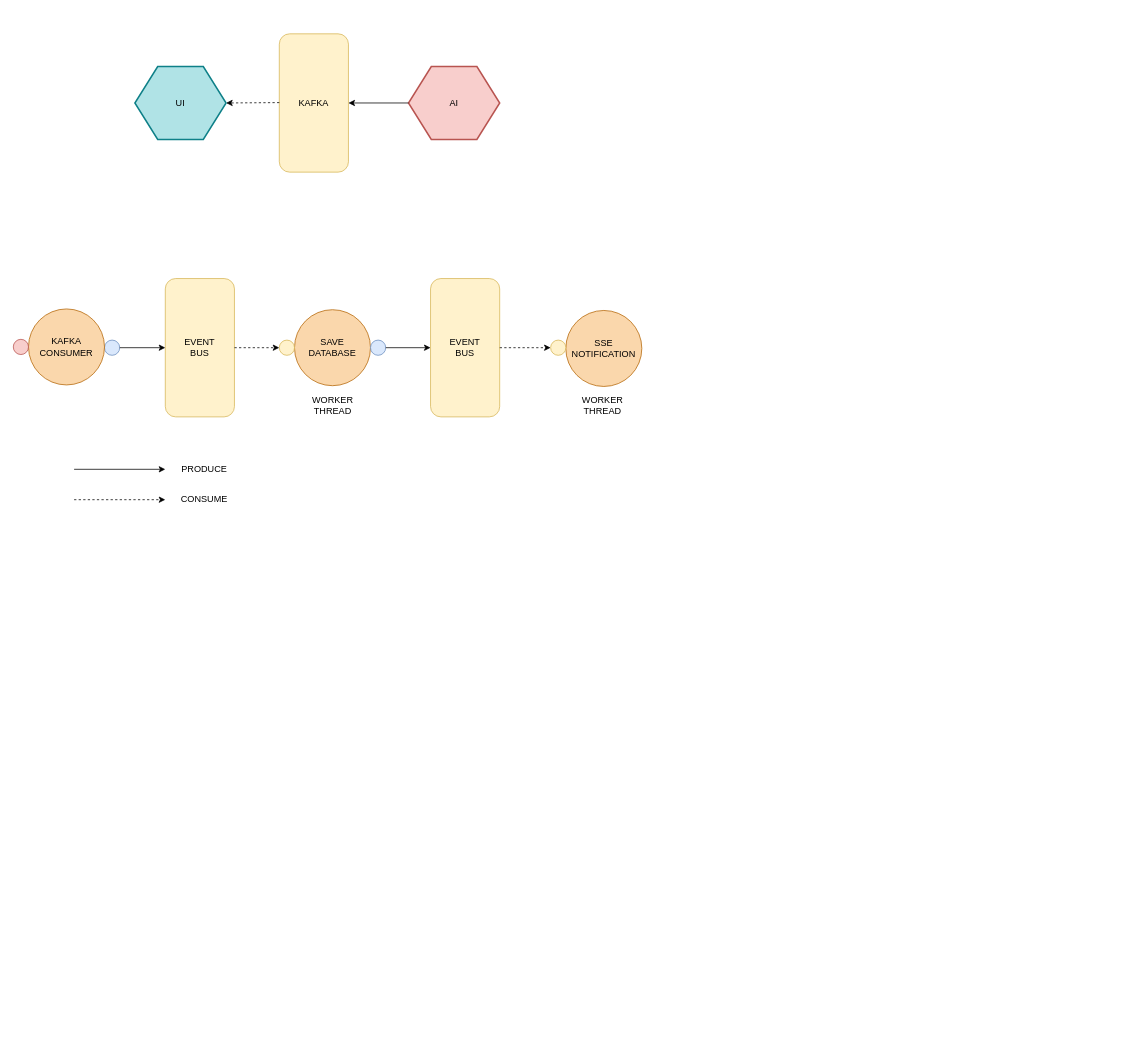
Earlier version of the draw.io diagram documentation/BE (Use Case).drawio (limadelrey/quarkus-classify). Source tidied: cells renumbered, new cells numbered last; positions are measured from the earlier drawing's top-left corner, leaving out a move shared by most shapes. Both pictures are drawn from the tidied source at 76%, with x=0, y=0 at pixel (13, 33).
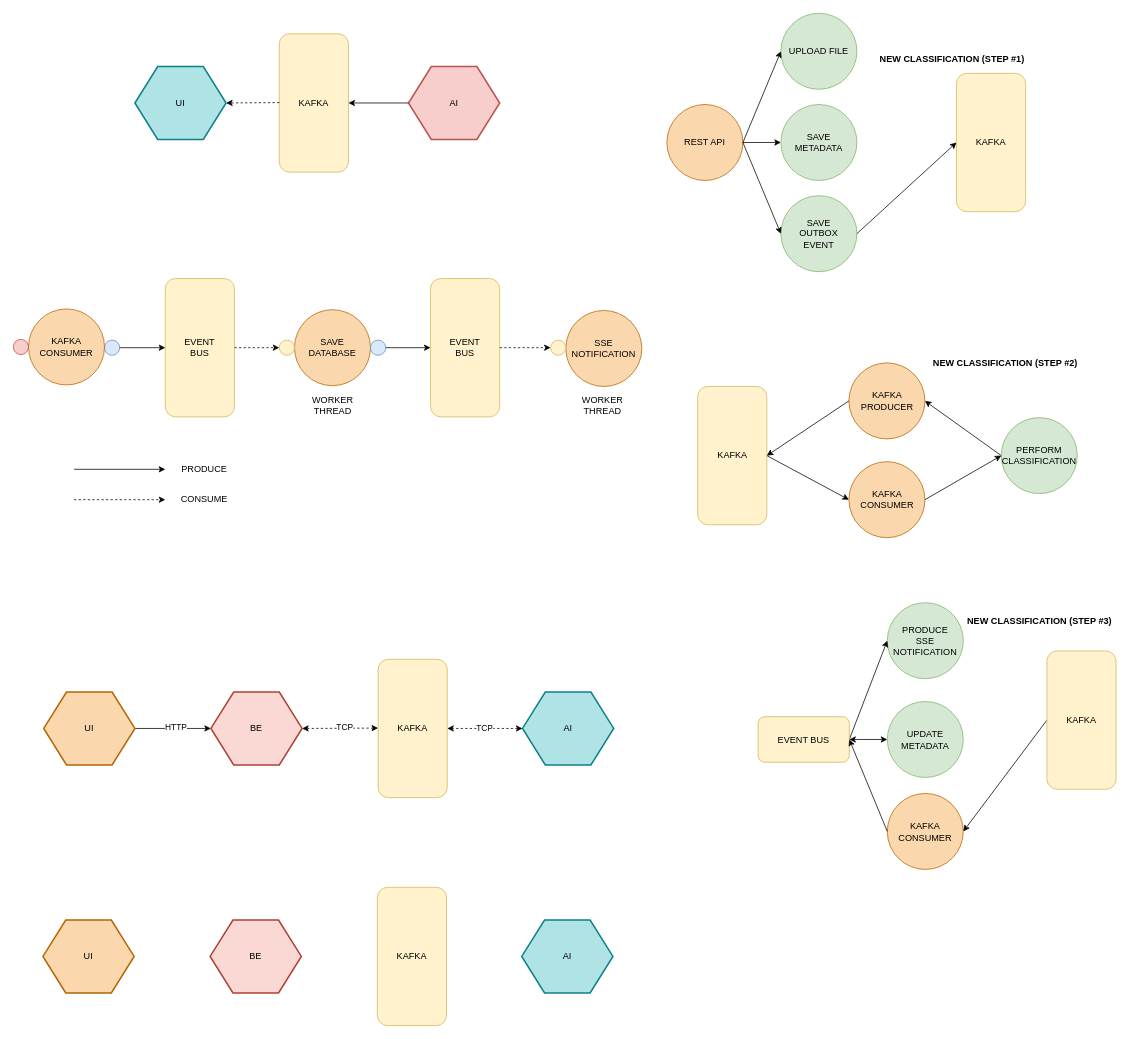
The same diagram, later.

The edit, as a diff of the source:
```diff
@@
+    <mxCell id="31" value="AI" style="shape=hexagon;perimeter=hexagonPerimeter2;whiteSpace=wrap;html=1;fillColor=#b0e3e6;comic=0;shadow=0;rounded=0;strokeColor=#0e8088;strokeWidth=2;fontFamily=Helvetica;" parent="1" vertex="1">
+      <mxGeometry x="670" y="866" width="120" height="96" as="geometry" />
+    </mxCell>
+    <mxCell id="32" value="KAFKA" style="rounded=1;whiteSpace=wrap;html=1;direction=south;fillColor=#fff2cc;strokeColor=#d6b656;" parent="1" vertex="1">
+      <mxGeometry x="480" y="823" width="91" height="182" as="geometry" />
+    </mxCell>
+    <mxCell id="33" value="TCP" style="endArrow=classic;html=1;exitX=0;exitY=0.5;exitDx=0;exitDy=0;entryX=0.5;entryY=0;entryDx=0;entryDy=0;startArrow=classic;startFill=1;dashed=1;" parent="1" edge="1" source="31" target="32">
+      <mxGeometry relative="1" as="geometry" />
+    </mxCell>
+    <mxCell id="34" style="endArrow=classic;html=1;exitX=0;exitY=0.5;exitDx=0;exitDy=0;entryX=1;entryY=0.5;entryDx=0;entryDy=0;dashed=1;startArrow=classic;startFill=1;" parent="1" edge="1" target="36">
+      <mxGeometry relative="1" as="geometry">
+        <mxPoint x="480" y="913.5" as="sourcePoint" />
+      </mxGeometry>
+    </mxCell>
+    <mxCell id="35" value="TCP" style="edgeLabel;html=1;align=center;verticalAlign=middle;" parent="34" vertex="1">
+      <mxGeometry x="-0.12" y="-2" relative="1" as="geometry" />
+    </mxCell>
+    <mxCell id="36" value="BE" style="shape=hexagon;perimeter=hexagonPerimeter2;whiteSpace=wrap;html=1;fillColor=#fad9d5;comic=0;shadow=0;rounded=0;strokeColor=#ae4132;strokeWidth=2;fontFamily=Helvetica;" parent="1" vertex="1">
+      <mxGeometry x="260" y="866" width="120" height="96" as="geometry" />
+    </mxCell>
+    <mxCell id="37" style="edgeStyle=orthogonalEdgeStyle;rounded=0;jettySize=auto;html=1;exitX=1;exitY=0.5;exitDx=0;exitDy=0;entryX=0;entryY=0.5;entryDx=0;entryDy=0;" parent="1" edge="1" source="39" target="36">
+      <mxGeometry relative="1" as="geometry" />
+    </mxCell>
+    <mxCell id="38" value="HTTP" style="edgeLabel;html=1;align=center;verticalAlign=middle;" parent="37" vertex="1">
+      <mxGeometry x="0.05" y="2" relative="1" as="geometry" />
+    </mxCell>
+    <mxCell id="39" value="UI" style="shape=hexagon;perimeter=hexagonPerimeter2;whiteSpace=wrap;html=1;fillColor=#fad7ac;comic=0;shadow=0;rounded=0;strokeColor=#b46504;strokeWidth=2;fontFamily=Helvetica;" parent="1" vertex="1">
+      <mxGeometry x="40" y="866" width="120" height="96" as="geometry" />
+    </mxCell>
+    <mxCell id="40" value="AI" style="shape=hexagon;perimeter=hexagonPerimeter2;whiteSpace=wrap;html=1;fillColor=#b0e3e6;comic=0;shadow=0;rounded=0;strokeColor=#0e8088;strokeWidth=2;fontFamily=Helvetica;" parent="1" vertex="1">
+      <mxGeometry x="669" y="1166" width="120" height="96" as="geometry" />
+    </mxCell>
+    <mxCell id="41" value="KAFKA" style="rounded=1;whiteSpace=wrap;html=1;direction=south;fillColor=#fff2cc;strokeColor=#d6b656;" parent="1" vertex="1">
+      <mxGeometry x="479" y="1123" width="91" height="182" as="geometry" />
+    </mxCell>
+    <mxCell id="42" value="BE" style="shape=hexagon;perimeter=hexagonPerimeter2;whiteSpace=wrap;html=1;fillColor=#fad9d5;comic=0;shadow=0;rounded=0;strokeColor=#ae4132;strokeWidth=2;fontFamily=Helvetica;" parent="1" vertex="1">
+      <mxGeometry x="259" y="1166" width="120" height="96" as="geometry" />
+    </mxCell>
+    <mxCell id="43" value="UI" style="shape=hexagon;perimeter=hexagonPerimeter2;whiteSpace=wrap;html=1;fillColor=#fad7ac;comic=0;shadow=0;rounded=0;strokeColor=#b46504;strokeWidth=2;fontFamily=Helvetica;" parent="1" vertex="1">
+      <mxGeometry x="39" y="1166" width="120" height="96" as="geometry" />
+    </mxCell>
+    <mxCell id="44" style="group;" parent="1" vertex="1">
+      <mxGeometry x="990" y="93" width="140" height="100" as="geometry" />
+    </mxCell>
+    <mxCell id="45" value="SAVE&lt;br&gt;METADATA" style="ellipse;whiteSpace=wrap;html=1;fillColor=#d5e8d4;strokeColor=#82b366;" parent="44" vertex="1">
+      <mxGeometry x="20" width="100" height="100" as="geometry" />
+    </mxCell>
+    <mxCell id="46" style="group;" parent="1" vertex="1">
+      <mxGeometry x="840" y="93" width="140" height="100" as="geometry" />
+    </mxCell>
+    <mxCell id="47" style="group;" parent="46" vertex="1">
+      <mxGeometry width="120" height="100" as="geometry" />
+    </mxCell>
+    <mxCell id="48" value="REST API" style="ellipse;whiteSpace=wrap;html=1;fillColor=#fad7ac;strokeColor=#b46504;" parent="47" vertex="1">
+      <mxGeometry x="20" width="100" height="100" as="geometry" />
+    </mxCell>
+    <mxCell id="49" style="group;" parent="1" vertex="1">
+      <mxGeometry x="990" y="-27" width="120" height="100" as="geometry" />
+    </mxCell>
+    <mxCell id="50" value="UPLOAD FILE" style="ellipse;whiteSpace=wrap;html=1;fillColor=#d5e8d4;strokeColor=#82b366;" parent="49" vertex="1">
+      <mxGeometry x="20" width="100" height="100" as="geometry" />
+    </mxCell>
+    <mxCell id="51" style="group;" parent="1" vertex="1">
+      <mxGeometry x="990" y="213" width="120" height="100" as="geometry" />
+    </mxCell>
+    <mxCell id="52" value="SAVE&lt;br&gt;OUTBOX&lt;br&gt;EVENT" style="ellipse;whiteSpace=wrap;html=1;fillColor=#d5e8d4;strokeColor=#82b366;" parent="51" vertex="1">
+      <mxGeometry x="20" width="100" height="100" as="geometry" />
+    </mxCell>
+    <mxCell id="53" style="rounded=0;jettySize=auto;html=1;exitX=1;exitY=0.5;exitDx=0;exitDy=0;entryX=0;entryY=0.5;entryDx=0;entryDy=0;startArrow=none;startFill=0;" parent="1" edge="1" source="48" target="50">
+      <mxGeometry relative="1" as="geometry" />
+    </mxCell>
+    <mxCell id="54" style="edgeStyle=none;rounded=0;jettySize=auto;html=1;exitX=1;exitY=0.5;exitDx=0;exitDy=0;entryX=0;entryY=0.5;entryDx=0;entryDy=0;startArrow=none;startFill=0;" parent="1" edge="1" source="48" target="52">
+      <mxGeometry relative="1" as="geometry" />
+    </mxCell>
+    <mxCell id="55" style="edgeStyle=none;rounded=0;jettySize=auto;html=1;exitX=1;exitY=0.5;exitDx=0;exitDy=0;entryX=0;entryY=0.5;entryDx=0;entryDy=0;startArrow=none;startFill=0;" parent="1" edge="1" source="48" target="45">
+      <mxGeometry relative="1" as="geometry" />
+    </mxCell>
+    <mxCell id="56" value="KAFKA" style="rounded=1;whiteSpace=wrap;html=1;direction=south;fillColor=#fff2cc;strokeColor=#d6b656;" parent="1" vertex="1">
+      <mxGeometry x="1241" y="52" width="91" height="182" as="geometry" />
+    </mxCell>
+    <mxCell id="57" style="edgeStyle=none;rounded=0;jettySize=auto;html=1;exitX=1;exitY=0.5;exitDx=0;exitDy=0;entryX=0.5;entryY=1;entryDx=0;entryDy=0;startArrow=none;startFill=0;" parent="1" edge="1" source="52" target="56">
+      <mxGeometry relative="1" as="geometry" />
+    </mxCell>
+    <mxCell id="58" value="&lt;b&gt;NEW CLASSIFICATION (STEP #1)&lt;/b&gt;" style="text;html=1;align=center;verticalAlign=middle;" parent="1" vertex="1">
+      <mxGeometry x="1130" y="23" width="210" height="20" as="geometry" />
+    </mxCell>
+    <mxCell id="59" style="edgeStyle=none;rounded=0;jettySize=auto;html=1;exitX=0.5;exitY=0;exitDx=0;exitDy=0;entryX=0;entryY=0.5;entryDx=0;entryDy=0;startArrow=none;startFill=0;" parent="1" edge="1" source="60" target="63">
+      <mxGeometry relative="1" as="geometry" />
+    </mxCell>
+    <mxCell id="60" value="KAFKA" style="rounded=1;whiteSpace=wrap;html=1;direction=south;fillColor=#fff2cc;strokeColor=#d6b656;" parent="1" vertex="1">
+      <mxGeometry x="900.5" y="464" width="91" height="182" as="geometry" />
+    </mxCell>
+    <mxCell id="61" style="group;" parent="1" vertex="1">
+      <mxGeometry x="1079.5" y="563" width="140" height="100" as="geometry" />
+    </mxCell>
+    <mxCell id="62" style="group;" parent="61" vertex="1">
+      <mxGeometry width="120" height="100" as="geometry" />
+    </mxCell>
+    <mxCell id="63" value="KAFKA&lt;br&gt;CONSUMER" style="ellipse;whiteSpace=wrap;html=1;fillColor=#fad7ac;strokeColor=#b46504;" parent="62" vertex="1">
+      <mxGeometry x="20" width="100" height="100" as="geometry" />
+    </mxCell>
+    <mxCell id="64" style="group;" parent="1" vertex="1">
+      <mxGeometry x="1280" y="505" width="140" height="100" as="geometry" />
+    </mxCell>
+    <mxCell id="65" value="PERFORM&lt;br&gt;CLASSIFICATION" style="ellipse;whiteSpace=wrap;html=1;fillColor=#d5e8d4;strokeColor=#82b366;" parent="64" vertex="1">
+      <mxGeometry x="20" width="100" height="100" as="geometry" />
+    </mxCell>
+    <mxCell id="66" style="edgeStyle=none;rounded=0;jettySize=auto;html=1;exitX=1;exitY=0.5;exitDx=0;exitDy=0;entryX=0;entryY=0.5;entryDx=0;entryDy=0;startArrow=none;startFill=0;endArrow=classic;endFill=1;" parent="1" edge="1" source="63" target="65">
+      <mxGeometry relative="1" as="geometry" />
+    </mxCell>
+    <mxCell id="67" style="group;" parent="1" vertex="1">
+      <mxGeometry x="1079.5" y="433" width="140" height="100" as="geometry" />
+    </mxCell>
+    <mxCell id="68" style="group;" parent="67" vertex="1">
+      <mxGeometry width="120" height="100" as="geometry" />
+    </mxCell>
+    <mxCell id="69" value="KAFKA&lt;br&gt;PRODUCER" style="ellipse;whiteSpace=wrap;html=1;fillColor=#fad7ac;strokeColor=#b46504;" parent="68" vertex="1">
+      <mxGeometry x="20" width="100" height="100" as="geometry" />
+    </mxCell>
+    <mxCell id="70" style="edgeStyle=none;rounded=0;jettySize=auto;html=1;exitX=1;exitY=0.5;exitDx=0;exitDy=0;entryX=0;entryY=0.5;entryDx=0;entryDy=0;startArrow=classic;startFill=1;endArrow=none;endFill=0;" parent="1" edge="1" source="69" target="65">
+      <mxGeometry relative="1" as="geometry" />
+    </mxCell>
+    <mxCell id="71" style="edgeStyle=none;rounded=0;jettySize=auto;html=1;exitX=0;exitY=0.5;exitDx=0;exitDy=0;entryX=0.5;entryY=0;entryDx=0;entryDy=0;startArrow=none;startFill=0;endArrow=classic;endFill=1;" parent="1" edge="1" source="69" target="60">
+      <mxGeometry relative="1" as="geometry" />
+    </mxCell>
+    <mxCell id="72" style="group;" parent="1" vertex="1">
+      <mxGeometry x="1130" y="999.5" width="140" height="100" as="geometry" />
+    </mxCell>
+    <mxCell id="73" style="group;" parent="72" vertex="1">
+      <mxGeometry width="120" height="100" as="geometry" />
+    </mxCell>
+    <mxCell id="74" value="KAFKA&lt;br&gt;CONSUMER" style="ellipse;whiteSpace=wrap;html=1;fillColor=#fad7ac;strokeColor=#b46504;" parent="73" vertex="1">
+      <mxGeometry x="20" width="100" height="100" as="geometry" />
+    </mxCell>
+    <mxCell id="75" style="group;" parent="1" vertex="1">
+      <mxGeometry x="1130" y="748.5" width="120" height="100" as="geometry" />
+    </mxCell>
+    <mxCell id="76" value="PRODUCE&lt;br&gt;SSE&lt;br&gt;NOTIFICATION" style="ellipse;whiteSpace=wrap;html=1;fillColor=#d5e8d4;strokeColor=#82b366;" parent="75" vertex="1">
+      <mxGeometry x="20" width="100" height="100" as="geometry" />
+    </mxCell>
+    <mxCell id="77" style="group;" parent="1" vertex="1">
+      <mxGeometry x="1130" y="878.5" width="120" height="100" as="geometry" />
+    </mxCell>
+    <mxCell id="78" value="UPDATE&lt;br&gt;METADATA" style="ellipse;whiteSpace=wrap;html=1;fillColor=#d5e8d4;strokeColor=#82b366;" parent="77" vertex="1">
+      <mxGeometry x="20" width="100" height="100" as="geometry" />
+    </mxCell>
+    <mxCell id="79" style="edgeStyle=none;rounded=0;jettySize=auto;html=1;exitX=0.5;exitY=1;exitDx=0;exitDy=0;entryX=1;entryY=0.5;entryDx=0;entryDy=0;startArrow=none;startFill=0;endArrow=classic;endFill=1;" parent="1" edge="1" source="80" target="74">
+      <mxGeometry relative="1" as="geometry" />
+    </mxCell>
+    <mxCell id="80" value="KAFKA" style="rounded=1;whiteSpace=wrap;html=1;direction=south;fillColor=#fff2cc;strokeColor=#d6b656;" parent="1" vertex="1">
+      <mxGeometry x="1360" y="812" width="91" height="182" as="geometry" />
+    </mxCell>
+    <mxCell id="81" style="edgeStyle=none;rounded=0;jettySize=auto;html=1;exitX=0;exitY=0.5;exitDx=0;exitDy=0;entryX=0;entryY=0.5;entryDx=0;entryDy=0;startArrow=none;startFill=0;endArrow=classic;endFill=1;" parent="1" edge="1" source="83" target="76">
+      <mxGeometry relative="1" as="geometry" />
+    </mxCell>
+    <mxCell id="82" style="edgeStyle=none;rounded=0;jettySize=auto;html=1;exitX=0;exitY=0.5;exitDx=0;exitDy=0;entryX=0;entryY=0.5;entryDx=0;entryDy=0;startArrow=classic;startFill=1;endArrow=classic;endFill=1;" parent="1" edge="1" source="83" target="78">
+      <mxGeometry relative="1" as="geometry" />
+    </mxCell>
+    <mxCell id="83" value="EVENT BUS" style="rounded=1;whiteSpace=wrap;html=1;direction=west;fillColor=#fff2cc;strokeColor=#d6b656;" parent="1" vertex="1">
+      <mxGeometry x="980" y="898.5" width="120" height="60" as="geometry" />
+    </mxCell>
+    <mxCell id="84" style="edgeStyle=none;rounded=0;jettySize=auto;html=1;exitX=0;exitY=0.5;exitDx=0;exitDy=0;entryX=0;entryY=0.5;entryDx=0;entryDy=0;startArrow=none;startFill=0;endArrow=classic;endFill=1;" parent="1" edge="1" source="74" target="83">
+      <mxGeometry relative="1" as="geometry" />
+    </mxCell>
+    <mxCell id="85" value="&lt;b&gt;NEW CLASSIFICATION (STEP #2)&lt;/b&gt;" style="text;html=1;align=center;verticalAlign=middle;" parent="1" vertex="1">
+      <mxGeometry x="1200" y="423" width="210" height="20" as="geometry" />
+    </mxCell>
+    <mxCell id="86" value="&lt;b&gt;NEW CLASSIFICATION (STEP #3)&lt;/b&gt;" style="text;html=1;align=center;verticalAlign=middle;" parent="1" vertex="1">
+      <mxGeometry x="1245" y="763" width="210" height="20" as="geometry" />
+    </mxCell>
```
